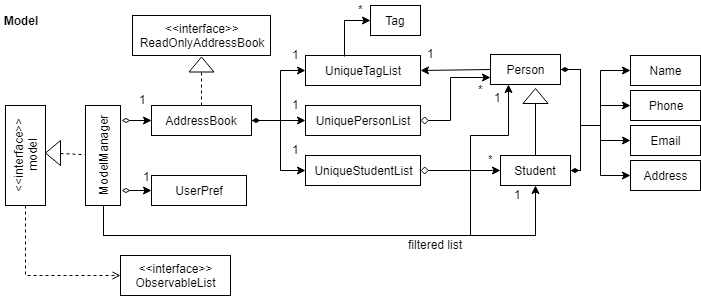
Earlier version of the draw.io export docs/images/EditedModelClassDiagram.png (shanmu9898/main). Source tidied: cells renumbered, new cells last; positions are measured from the earlier drawing's top-left corner, leaving out a move shared by most shapes. The source it was exported from:
```xml
<mxGraphModel background="#ffffff">
  <root>
    <mxCell id="0" />
    <mxCell id="1" parent="0" />
    <mxCell id="2" value="&amp;lt;&amp;lt;interface&amp;gt;&amp;gt;&lt;br&gt;model&lt;br&gt;" style="rounded=0;whiteSpace=wrap;html=1;fontFamily=Helvetica;horizontal=0;" parent="1" vertex="1">
      <mxGeometry x="5" y="105" width="40" height="100" as="geometry" />
    </mxCell>
    <mxCell id="3" style="triangle;whiteSpace=wrap;html=1;fontFamily=Helvetica;rotation=180;" parent="1" vertex="1">
      <mxGeometry x="45" y="140" width="15" height="25" as="geometry" />
    </mxCell>
    <mxCell id="4" style="endArrow=none;dashed=1;html=1;fontFamily=Helvetica;exitX=0;exitY=0.5;" parent="1" edge="1" source="3" target="5">
      <mxGeometry relative="1" as="geometry" />
    </mxCell>
    <mxCell id="5" value="ModelManager&lt;br&gt;" style="rounded=0;whiteSpace=wrap;html=1;horizontal=0;" parent="1" vertex="1">
      <mxGeometry x="85" y="105" width="35" height="100" as="geometry" />
    </mxCell>
    <mxCell id="6" value="&amp;lt;&amp;lt;interface&amp;gt;&amp;gt;&lt;br&gt;ObservableList&lt;br&gt;" style="rounded=0;whiteSpace=wrap;html=1;fontFamily=Helvetica;" parent="1" vertex="1">
      <mxGeometry x="120" y="255" width="110" height="40" as="geometry" />
    </mxCell>
    <mxCell id="7" style="endArrow=open;dashed=1;html=1;fontFamily=Helvetica;entryX=0;entryY=0.5;exitX=0.5;exitY=1;endFill=0;rounded=0;" parent="1" edge="1" source="2" target="6">
      <mxGeometry relative="1" as="geometry">
        <Array as="points">
          <mxPoint x="25" y="275" />
        </Array>
      </mxGeometry>
    </mxCell>
    <mxCell id="8" value="AddressBook" style="rounded=0;whiteSpace=wrap;html=1;fontFamily=Helvetica;" parent="1" vertex="1">
      <mxGeometry x="151" y="105" width="100" height="30" as="geometry" />
    </mxCell>
    <mxCell id="9" style="endArrow=classic;html=1;fontFamily=Helvetica;entryX=0;entryY=0.5;exitX=1.033;exitY=0.147;exitPerimeter=0;startArrow=diamondThin;startFill=0;" parent="1" edge="1" source="5" target="8">
      <mxGeometry relative="1" as="geometry" />
    </mxCell>
    <mxCell id="10" value="1" style="text;html=1;align=center;verticalAlign=top;spacingTop=-4;fontFamily=Helvetica;" parent="1" vertex="1">
      <mxGeometry x="132" y="90" width="20" height="20" as="geometry" />
    </mxCell>
    <mxCell id="11" value="UserPref" style="rounded=0;whiteSpace=wrap;html=1;fontFamily=Helvetica;align=center;" parent="1" vertex="1">
      <mxGeometry x="151" y="175" width="95" height="30" as="geometry" />
    </mxCell>
    <mxCell id="12" style="endArrow=classic;html=1;fontFamily=Helvetica;entryX=0;entryY=0.5;startArrow=diamondThin;startFill=0;exitX=1.019;exitY=0.847;exitPerimeter=0;" parent="1" edge="1" source="5" target="11">
      <mxGeometry relative="1" as="geometry" />
    </mxCell>
    <mxCell id="13" value="1" style="text;html=1;align=center;verticalAlign=middle;labelBackgroundColor=#ffffff;fontFamily=Helvetica;" parent="12" vertex="1">
      <mxGeometry x="0.59" y="-3" relative="1" as="geometry">
        <mxPoint x="1" y="-18" as="offset" />
      </mxGeometry>
    </mxCell>
    <mxCell id="14" value="&amp;lt;&amp;lt;interface&amp;gt;&amp;gt;&lt;br&gt;ReadOnlyAddressBook" style="rounded=0;whiteSpace=wrap;html=1;fontFamily=Helvetica;align=center;" parent="1" vertex="1">
      <mxGeometry x="132" y="15" width="138" height="40" as="geometry" />
    </mxCell>
    <mxCell id="15" style="triangle;whiteSpace=wrap;html=1;fontFamily=Helvetica;align=center;rotation=-90;" parent="1" vertex="1">
      <mxGeometry x="193.5" y="51.5" width="15" height="25" as="geometry" />
    </mxCell>
    <mxCell id="16" style="endArrow=none;dashed=1;html=1;fontFamily=Helvetica;entryX=0;entryY=0.5;exitX=0.5;exitY=0;" parent="1" edge="1" source="8" target="15">
      <mxGeometry relative="1" as="geometry" />
    </mxCell>
    <mxCell id="17" value="UniqueTagList" style="rounded=0;whiteSpace=wrap;html=1;fontFamily=Helvetica;align=center;" parent="1" vertex="1">
      <mxGeometry x="305" y="55" width="115" height="30" as="geometry" />
    </mxCell>
    <mxCell id="18" style="endArrow=classic;html=1;fontFamily=Helvetica;exitX=1;exitY=0.5;startArrow=diamondThin;startFill=1;rounded=0;" parent="1" edge="1" source="8">
      <mxGeometry relative="1" as="geometry">
        <mxPoint x="305" y="70" as="targetPoint" />
        <Array as="points">
          <mxPoint x="280" y="120" />
          <mxPoint x="280" y="70" />
        </Array>
      </mxGeometry>
    </mxCell>
    <mxCell id="19" value="UniquePersonList" style="rounded=0;whiteSpace=wrap;html=1;fontFamily=Helvetica;align=center;" parent="1" vertex="1">
      <mxGeometry x="305" y="105" width="115" height="30" as="geometry" />
    </mxCell>
    <mxCell id="20" style="endArrow=classic;html=1;fontFamily=Helvetica;exitX=1;exitY=0.5;entryX=0;entryY=0.5;" parent="1" edge="1" source="8" target="19">
      <mxGeometry relative="1" as="geometry" />
    </mxCell>
    <mxCell id="21" value="UniqueStudentList" style="rounded=0;whiteSpace=wrap;html=1;fontFamily=Helvetica;align=center;" parent="1" vertex="1">
      <mxGeometry x="305" y="155" width="115" height="30" as="geometry" />
    </mxCell>
    <mxCell id="22" style="endArrow=classic;html=1;fontFamily=Helvetica;exitX=1;exitY=0.5;entryX=0;entryY=0.5;rounded=0;" parent="1" edge="1" source="8" target="21">
      <mxGeometry relative="1" as="geometry">
        <Array as="points">
          <mxPoint x="280" y="120" />
          <mxPoint x="280" y="170" />
        </Array>
      </mxGeometry>
    </mxCell>
    <mxCell id="23" value="Tag" style="rounded=0;whiteSpace=wrap;html=1;fontFamily=Helvetica;align=center;" parent="1" vertex="1">
      <mxGeometry x="370" y="5" width="50" height="30" as="geometry" />
    </mxCell>
    <mxCell id="24" value="1" style="text;html=1;align=center;verticalAlign=top;spacingTop=-4;fontFamily=Helvetica;" parent="1" vertex="1">
      <mxGeometry x="285" y="45" width="20" height="20" as="geometry" />
    </mxCell>
    <mxCell id="25" value="1" style="text;html=1;align=center;verticalAlign=top;spacingTop=-4;fontFamily=Helvetica;" parent="1" vertex="1">
      <mxGeometry x="285" y="95" width="20" height="20" as="geometry" />
    </mxCell>
    <mxCell id="26" value="1" style="text;html=1;align=center;verticalAlign=top;spacingTop=-4;fontFamily=Helvetica;" parent="1" vertex="1">
      <mxGeometry x="285" y="140" width="20" height="20" as="geometry" />
    </mxCell>
    <mxCell id="27" value="Person" style="rounded=0;whiteSpace=wrap;html=1;fontFamily=Helvetica;align=center;" parent="1" vertex="1">
      <mxGeometry x="490" y="54" width="70" height="30" as="geometry" />
    </mxCell>
    <mxCell id="28" style="endArrow=classic;html=1;fontFamily=Helvetica;entryX=0;entryY=0.75;exitX=1;exitY=0.5;startArrow=diamond;startFill=0;rounded=0;" parent="1" edge="1" source="19" target="27">
      <mxGeometry relative="1" as="geometry">
        <Array as="points">
          <mxPoint x="450" y="120" />
          <mxPoint x="450" y="77" />
        </Array>
      </mxGeometry>
    </mxCell>
    <mxCell id="29" value="*&lt;br&gt;" style="text;html=1;align=center;verticalAlign=top;spacingTop=-4;fontFamily=Helvetica;" parent="1" vertex="1">
      <mxGeometry x="470" y="80" width="20" height="20" as="geometry" />
    </mxCell>
    <mxCell id="30" value="*&lt;br&gt;" style="text;html=1;align=center;verticalAlign=top;spacingTop=-4;fontFamily=Helvetica;" parent="1" vertex="1">
      <mxGeometry x="350" width="20" height="20" as="geometry" />
    </mxCell>
    <mxCell id="31" style="endArrow=classic;html=1;fontFamily=Helvetica;entryX=0;entryY=0.5;exitX=0.339;exitY=0.044;exitPerimeter=0;rounded=0;" parent="1" edge="1" source="17" target="23">
      <mxGeometry relative="1" as="geometry">
        <Array as="points">
          <mxPoint x="344" y="20" />
        </Array>
      </mxGeometry>
    </mxCell>
    <mxCell id="32" value="Student" style="rounded=0;whiteSpace=wrap;html=1;fontFamily=Helvetica;align=center;" parent="1" vertex="1">
      <mxGeometry x="500" y="155" width="70" height="30" as="geometry" />
    </mxCell>
    <mxCell id="33" style="endArrow=classic;html=1;fontFamily=Helvetica;exitX=1;exitY=0.5;startArrow=diamond;startFill=0;entryX=0;entryY=0.5;" parent="1" edge="1" source="21" target="32">
      <mxGeometry relative="1" as="geometry" />
    </mxCell>
    <mxCell id="34" value="*&lt;br&gt;" style="text;html=1;align=center;verticalAlign=top;spacingTop=-4;fontFamily=Helvetica;" parent="1" vertex="1">
      <mxGeometry x="480" y="150" width="20" height="20" as="geometry" />
    </mxCell>
    <mxCell id="35" style="triangle;whiteSpace=wrap;html=1;fontFamily=Helvetica;align=center;rotation=-90;" parent="1" vertex="1">
      <mxGeometry x="527.5" y="83" width="15" height="25" as="geometry" />
    </mxCell>
    <mxCell id="36" style="endArrow=none;html=1;fontFamily=Helvetica;entryX=0;entryY=0.5;exitX=0.5;exitY=0;" parent="1" edge="1" source="32" target="35">
      <mxGeometry relative="1" as="geometry" />
    </mxCell>
    <mxCell id="37" style="endArrow=classic;html=1;fontFamily=Helvetica;exitX=0.5;exitY=1;entryX=0.5;entryY=1;rounded=0;" parent="1" edge="1" source="5" target="32">
      <mxGeometry relative="1" as="geometry">
        <Array as="points">
          <mxPoint x="103" y="235" />
          <mxPoint x="330" y="235" />
          <mxPoint x="535" y="235" />
        </Array>
      </mxGeometry>
    </mxCell>
    <mxCell id="38" style="endArrow=classic;html=1;fontFamily=Helvetica;entryX=1;entryY=0.5;exitX=0;exitY=0.5;" parent="1" edge="1" source="27" target="17">
      <mxGeometry relative="1" as="geometry" />
    </mxCell>
    <mxCell id="39" value="1" style="text;html=1;align=center;verticalAlign=top;spacingTop=-4;fontFamily=Helvetica;" parent="1" vertex="1">
      <mxGeometry x="420" y="44" width="20" height="20" as="geometry" />
    </mxCell>
    <mxCell id="40" style="endArrow=classic;html=1;fontFamily=Helvetica;exitX=0.5;exitY=1;entryX=0.25;entryY=1;rounded=0;" parent="1" edge="1" source="5" target="27">
      <mxGeometry relative="1" as="geometry">
        <Array as="points">
          <mxPoint x="103" y="235" />
          <mxPoint x="470" y="235" />
          <mxPoint x="470" y="135" />
          <mxPoint x="508" y="135" />
        </Array>
      </mxGeometry>
    </mxCell>
    <mxCell id="41" value="1" style="text;html=1;align=center;verticalAlign=top;spacingTop=-4;fontFamily=Helvetica;" parent="1" vertex="1">
      <mxGeometry x="507.5" y="185" width="20" height="20" as="geometry" />
    </mxCell>
    <mxCell id="42" value="1" style="text;html=1;align=center;verticalAlign=top;spacingTop=-4;fontFamily=Helvetica;" parent="1" vertex="1">
      <mxGeometry x="487.5" y="88" width="20" height="20" as="geometry" />
    </mxCell>
    <mxCell id="43" value="filtered list" style="text;html=1;align=center;verticalAlign=top;spacingTop=-4;fontFamily=Helvetica;" parent="1" vertex="1">
      <mxGeometry x="400" y="235" width="70" height="20" as="geometry" />
    </mxCell>
    <mxCell id="44" value="Name" style="rounded=0;whiteSpace=wrap;html=1;fontFamily=Helvetica;align=center;" parent="1" vertex="1">
      <mxGeometry x="630" y="55" width="70" height="30" as="geometry" />
    </mxCell>
    <mxCell id="45" value="Phone" style="rounded=0;whiteSpace=wrap;html=1;fontFamily=Helvetica;align=center;" parent="1" vertex="1">
      <mxGeometry x="630" y="90" width="70" height="30" as="geometry" />
    </mxCell>
    <mxCell id="46" value="Email" style="rounded=0;whiteSpace=wrap;html=1;fontFamily=Helvetica;align=center;" parent="1" vertex="1">
      <mxGeometry x="630" y="125" width="70" height="30" as="geometry" />
    </mxCell>
    <mxCell id="47" value="Address" style="rounded=0;whiteSpace=wrap;html=1;fontFamily=Helvetica;align=center;" parent="1" vertex="1">
      <mxGeometry x="630" y="160" width="70" height="30" as="geometry" />
    </mxCell>
    <mxCell id="48" style="endArrow=classic;html=1;fontFamily=Helvetica;exitX=1;exitY=0.5;startArrow=diamondThin;startFill=1;entryX=0;entryY=0.5;rounded=0;" parent="1" edge="1" source="32" target="45">
      <mxGeometry relative="1" as="geometry">
        <Array as="points">
          <mxPoint x="580" y="170" />
          <mxPoint x="580" y="125" />
          <mxPoint x="600" y="125" />
          <mxPoint x="600" y="105" />
        </Array>
      </mxGeometry>
    </mxCell>
    <mxCell id="49" style="endArrow=classic;html=1;fontFamily=Helvetica;exitX=1;exitY=0.5;startArrow=diamondThin;startFill=1;entryX=0;entryY=0.5;rounded=0;" parent="1" edge="1" source="27" target="46">
      <mxGeometry relative="1" as="geometry">
        <Array as="points">
          <mxPoint x="580" y="69" />
          <mxPoint x="580" y="125" />
          <mxPoint x="600" y="125" />
          <mxPoint x="600" y="140" />
        </Array>
      </mxGeometry>
    </mxCell>
    <mxCell id="50" style="endArrow=classic;html=1;fontFamily=Helvetica;exitX=1;exitY=0.5;entryX=0;entryY=0.5;rounded=0;" parent="1" edge="1" source="32" target="44">
      <mxGeometry relative="1" as="geometry">
        <Array as="points">
          <mxPoint x="580" y="170" />
          <mxPoint x="580" y="125" />
          <mxPoint x="600" y="125" />
          <mxPoint x="600" y="70" />
        </Array>
      </mxGeometry>
    </mxCell>
    <mxCell id="51" style="endArrow=classic;html=1;fontFamily=Helvetica;entryX=0;entryY=0.5;exitX=1;exitY=0.5;rounded=0;" parent="1" edge="1" source="27" target="47">
      <mxGeometry relative="1" as="geometry">
        <Array as="points">
          <mxPoint x="580" y="69" />
          <mxPoint x="580" y="125" />
          <mxPoint x="600" y="125" />
          <mxPoint x="600" y="175" />
        </Array>
      </mxGeometry>
    </mxCell>
    <mxCell id="52" style="edgeStyle=orthogonalEdgeStyle;rounded=0;html=1;exitX=0;exitY=0.5;entryX=0;entryY=0.5;startArrow=diamondThin;startFill=1;endArrow=open;endFill=0;jettySize=auto;orthogonalLoop=1;fontFamily=Helvetica;" parent="1" edge="1" source="35" target="35">
      <mxGeometry relative="1" as="geometry" />
    </mxCell>
    <mxCell id="53" value="Model&lt;br&gt;" style="text;html=1;strokeColor=none;fillColor=none;align=center;verticalAlign=middle;whiteSpace=wrap;rounded=0;fontFamily=Helvetica;fontStyle=1;" parent="1" vertex="1">
      <mxGeometry y="10" width="40" height="20" as="geometry" />
    </mxCell>
  </root>
</mxGraphModel>
```
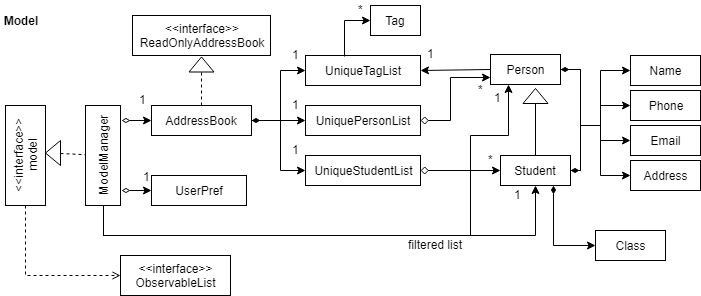
After the commit.

What changed in the source:
```diff
@@ -225,5 +225,15 @@
     <mxCell id="53" value="Model&lt;br&gt;" style="text;html=1;strokeColor=none;fillColor=none;align=center;verticalAlign=middle;whiteSpace=wrap;rounded=0;fontFamily=Helvetica;fontStyle=1;" parent="1" vertex="1">
       <mxGeometry y="10" width="40" height="20" as="geometry" />
     </mxCell>
+    <mxCell id="54" value="Class" style="rounded=0;whiteSpace=wrap;html=1;fontFamily=Helvetica;align=center;" parent="1" vertex="1">
+      <mxGeometry x="595" y="230" width="70" height="30" as="geometry" />
+    </mxCell>
+    <mxCell id="55" style="endArrow=classic;html=1;fontFamily=Helvetica;entryX=0;entryY=0.5;exitX=0.75;exitY=1;rounded=0;startArrow=diamondThin;startFill=1;" parent="1" edge="1" source="32" target="54">
+      <mxGeometry relative="1" as="geometry">
+        <Array as="points">
+          <mxPoint x="553" y="245" />
+        </Array>
+      </mxGeometry>
+    </mxCell>
   </root>
 </mxGraphModel>
```
